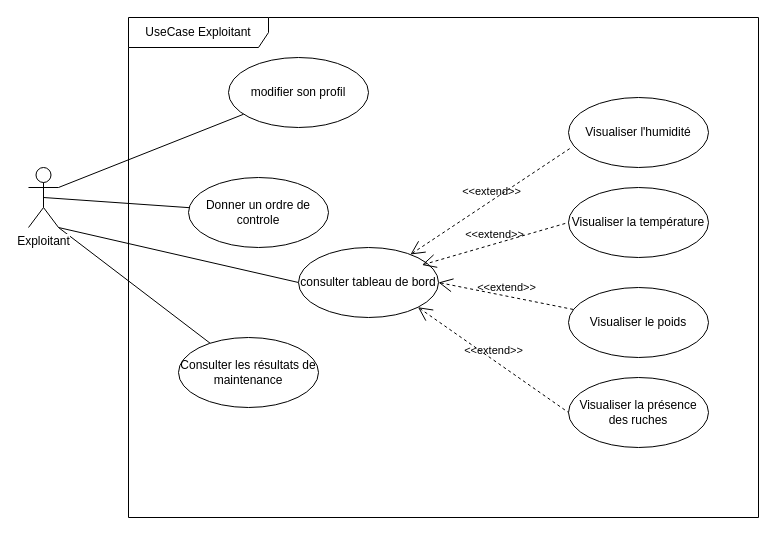
Earlier version of the draw.io diagram usecase/diagrams/usercase_exploitant.drawio (ManDev001/pfe_diagrams). Source tidied: cells renumbered, new cells numbered last; positions are measured from the earlier drawing's top-left corner, leaving out a move shared by most shapes. Both pictures are drawn from the tidied source at 100%, with x=0, y=0 at pixel (28, 17).
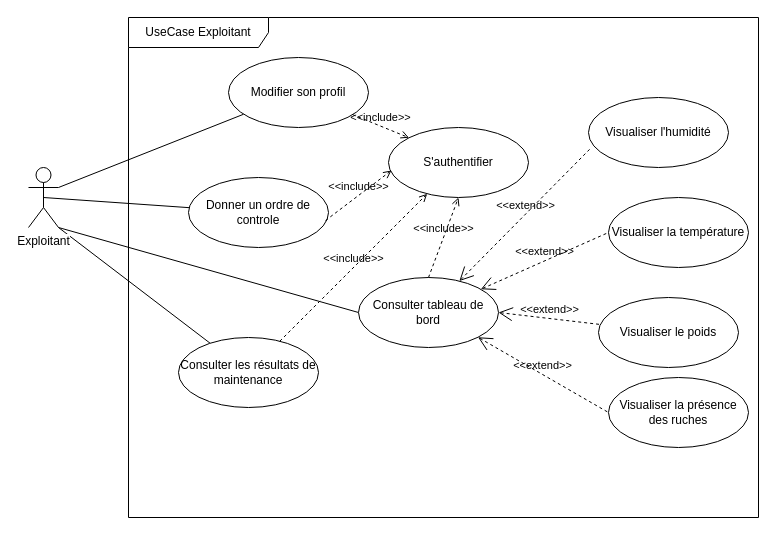
Above is the later version.

The change refers to these unchanged cells:
```xml
<mxCell id="10" value="Donner un ordre de controle" style="ellipse;whiteSpace=wrap;html=1;" parent="1" vertex="1">
  <mxGeometry x="160" y="160" width="140" height="70" as="geometry" />
</mxCell>
<mxCell id="11" value="Consulter les résultats de maintenance" style="ellipse;whiteSpace=wrap;html=1;" parent="1" vertex="1">
  <mxGeometry x="150" y="320" width="140" height="70" as="geometry" />
</mxCell>
```

What changed in the source:
```diff
@@
-    <mxCell id="8" value="&lt;div&gt;consulter tableau de bord&lt;/div&gt;" style="ellipse;whiteSpace=wrap;html=1;" parent="1" vertex="1">
-      <mxGeometry x="270" y="230" width="140" height="70" as="geometry" />
+    <mxCell id="8" value="&lt;div&gt;Consulter tableau de bord&lt;/div&gt;" style="ellipse;whiteSpace=wrap;html=1;" parent="1" vertex="1">
+      <mxGeometry x="330" y="260" width="140" height="70" as="geometry" />
     </mxCell>
-    <mxCell id="9" value="modifier son profil" style="ellipse;whiteSpace=wrap;html=1;" parent="1" vertex="1">
+    <mxCell id="9" value="Modifier son profil" style="ellipse;whiteSpace=wrap;html=1;" parent="1" vertex="1">
       <mxGeometry x="200" y="40" width="140" height="70" as="geometry" />
     </mxCell>
@@
     <mxCell id="13" value="Visualiser l'humidité" style="ellipse;whiteSpace=wrap;html=1;" parent="1" vertex="1">
-      <mxGeometry x="540" y="80" width="140" height="70" as="geometry" />
+      <mxGeometry x="560" y="80" width="140" height="70" as="geometry" />
     </mxCell>
     <mxCell id="14" value="Visualiser la température" style="ellipse;whiteSpace=wrap;html=1;" parent="1" vertex="1">
-      <mxGeometry x="540" y="170" width="140" height="70" as="geometry" />
+      <mxGeometry x="580" y="180" width="140" height="70" as="geometry" />
     </mxCell>
     <mxCell id="15" value="Visualiser le poids" style="ellipse;whiteSpace=wrap;html=1;" parent="1" vertex="1">
-      <mxGeometry x="540" y="270" width="140" height="70" as="geometry" />
+      <mxGeometry x="570" y="280" width="140" height="70" as="geometry" />
     </mxCell>
     <mxCell id="16" value="Visualiser la présence des ruches" style="ellipse;whiteSpace=wrap;html=1;" parent="1" vertex="1">
-      <mxGeometry x="540" y="360" width="140" height="70" as="geometry" />
+      <mxGeometry x="580" y="360" width="140" height="70" as="geometry" />
     </mxCell>
@@
-    <mxCell id="18" value="&amp;lt;&amp;lt;extend&amp;gt;&amp;gt;" style="edgeStyle=none;html=1;startArrow=open;endArrow=none;startSize=12;verticalAlign=bottom;dashed=1;labelBackgroundColor=none;entryX=0;entryY=0.5;entryDx=0;entryDy=0;" parent="1" edge="1" target="14">
-      <mxGeometry relative="1" as="geometry">
-        <mxPoint x="393.4" y="247.5" as="sourcePoint" />
-      </mxGeometry>
+    <mxCell id="18" value="&amp;lt;&amp;lt;extend&amp;gt;&amp;gt;" style="edgeStyle=none;html=1;startArrow=open;endArrow=none;startSize=12;verticalAlign=bottom;dashed=1;labelBackgroundColor=none;entryX=0;entryY=0.5;entryDx=0;entryDy=0;" parent="1" edge="1" source="8" target="14">
+      <mxGeometry relative="1" as="geometry" />
     </mxCell>
@@
+    <mxCell id="21" value="S'authentifier" style="ellipse;whiteSpace=wrap;html=1;" parent="1" vertex="1">
+      <mxGeometry x="360" y="110" width="140" height="70" as="geometry" />
+    </mxCell>
+    <mxCell id="22" value="&amp;lt;&amp;lt;include&amp;gt;&amp;gt;" style="edgeStyle=none;html=1;endArrow=open;verticalAlign=bottom;dashed=1;labelBackgroundColor=none;entryX=0;entryY=0;entryDx=0;entryDy=0;" parent="1" edge="1" source="9" target="21">
+      <mxGeometry relative="1" as="geometry" />
+    </mxCell>
+    <mxCell id="23" value="&amp;lt;&amp;lt;include&amp;gt;&amp;gt;" style="edgeStyle=none;html=1;endArrow=open;verticalAlign=bottom;dashed=1;labelBackgroundColor=none;" parent="1" edge="1" source="11" target="21">
+      <mxGeometry relative="1" as="geometry" />
+    </mxCell>
+    <mxCell id="24" value="&amp;lt;&amp;lt;include&amp;gt;&amp;gt;" style="edgeStyle=none;html=1;endArrow=open;verticalAlign=bottom;dashed=1;labelBackgroundColor=none;entryX=0.5;entryY=1;entryDx=0;entryDy=0;exitX=0.5;exitY=0;exitDx=0;exitDy=0;" parent="1" edge="1" source="8" target="21">
+      <mxGeometry relative="1" as="geometry" />
+    </mxCell>
+    <mxCell id="25" value="&amp;lt;&amp;lt;include&amp;gt;&amp;gt;" style="edgeStyle=none;html=1;endArrow=open;verticalAlign=bottom;dashed=1;labelBackgroundColor=none;exitX=0.979;exitY=0.614;exitDx=0;exitDy=0;exitPerimeter=0;entryX=0.021;entryY=0.614;entryDx=0;entryDy=0;entryPerimeter=0;" parent="1" edge="1" source="10" target="21">
+      <mxGeometry relative="1" as="geometry" />
+    </mxCell>
```
